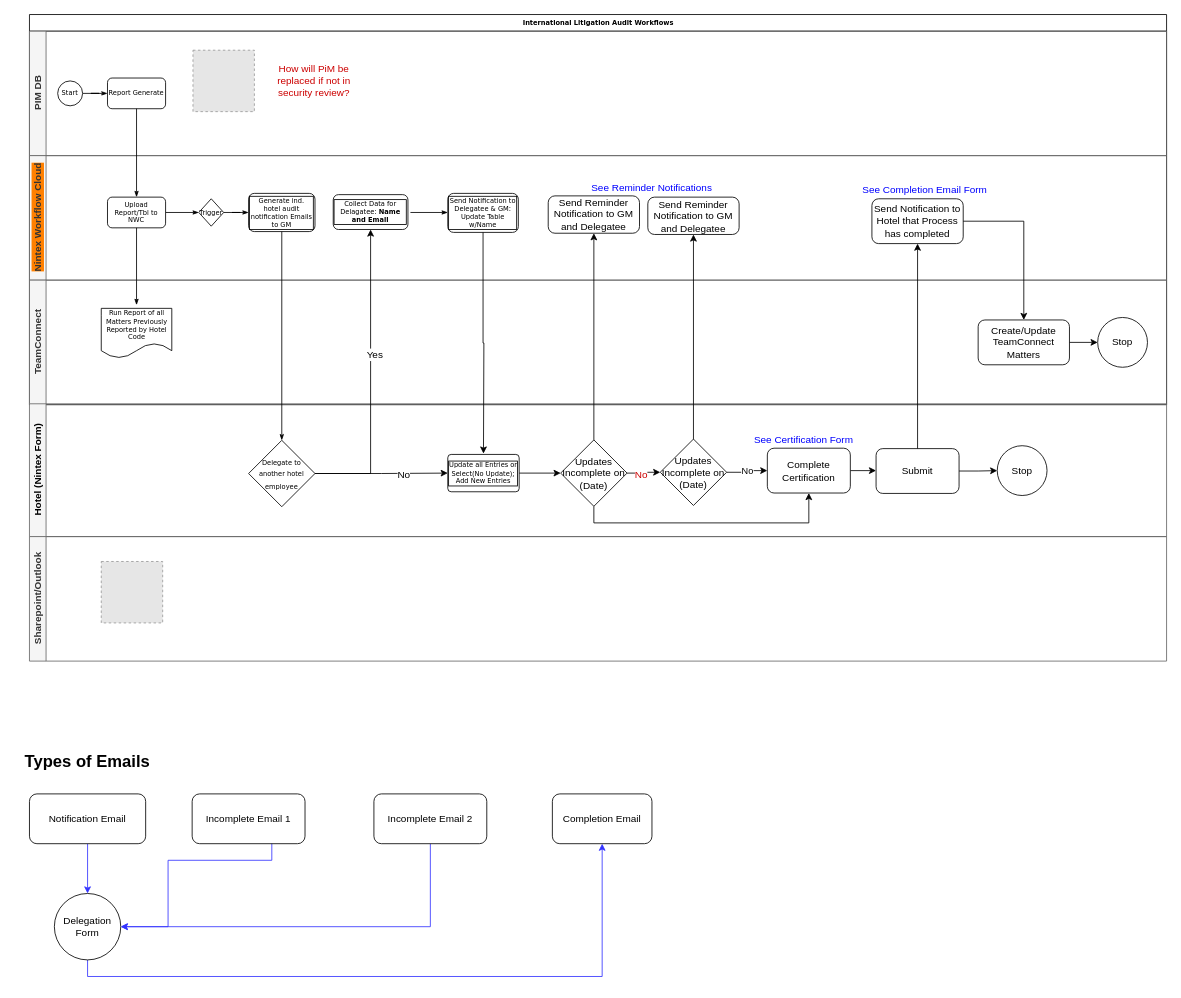
The draw.io diagram page "Data Flow" (1 of 4) of Nintex Workflow Cloud.drawio in ednat14/edna, before the edit. Source tidied: cells renumbered, new cells numbered last; positions are measured from the earlier drawing's top-left corner, leaving out a move shared by most shapes. Both pictures are drawn from the tidied source at 83%, with x=0, y=0 at pixel (22, 14). Pictures stored in the file or linked from it are replaced by grey dashed boxes.
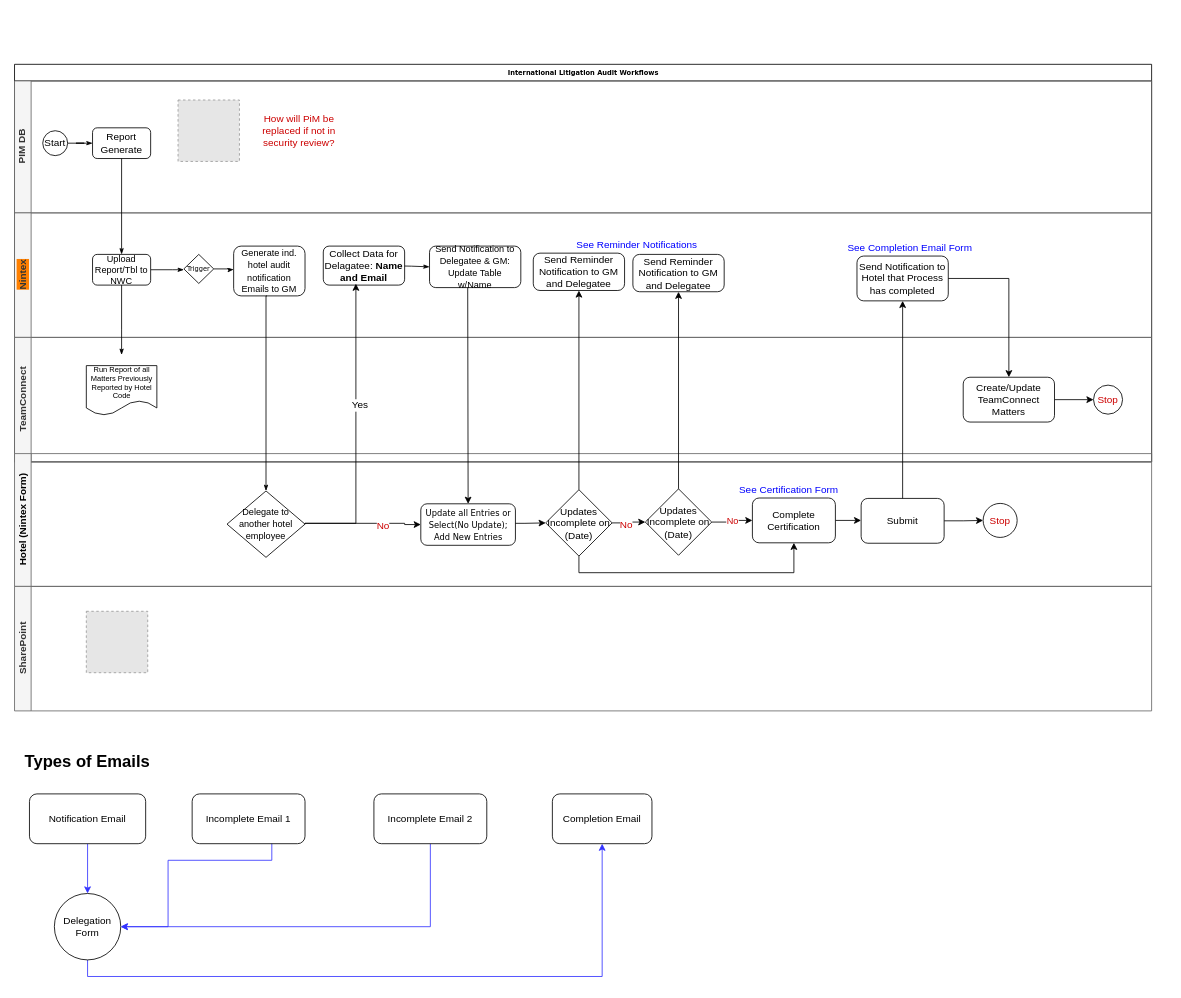
The same diagram, later.

The change refers to these unchanged cells:
```xml
<mxCell id="37" value="Updates Incomplete on (Date)" style="rhombus;whiteSpace=wrap;html=1;fontColor=#000000;" parent="31" vertex="1">
  <mxGeometry x="640" y="43.5" width="80" height="80" as="geometry" />
</mxCell>
<mxCell id="39" value="Updates Incomplete on (Date)" style="rhombus;whiteSpace=wrap;html=1;fontColor=#000000;" parent="31" vertex="1">
  <mxGeometry x="760" y="42.5" width="80" height="80" as="geometry" />
</mxCell>
<mxCell id="41" value="Complete Certification" style="rounded=1;whiteSpace=wrap;html=1;labelBackgroundColor=none;fontColor=#000000;" parent="31" vertex="1">
  <mxGeometry x="889" y="53.5" width="100" height="54" as="geometry" />
</mxCell>
<mxCell id="44" value="Submit" style="rounded=1;whiteSpace=wrap;html=1;labelBackgroundColor=none;fontColor=#000000;" parent="31" vertex="1">
  <mxGeometry x="1020" y="54" width="100" height="54" as="geometry" />
</mxCell>
```

Diff of the diagram source:
```diff
@@
     <mxCell id="2" value="International Litigation Audit Workflows" style="swimlane;html=1;horizontal=1;startSize=20;rounded=0;shadow=0;labelBackgroundColor=none;strokeColor=#000000;strokeWidth=1;fillColor=#ffffff;fontFamily=Verdana;fontSize=8;fontColor=#000000;align=center;" parent="1" vertex="1">
-      <mxGeometry x="8" width="1370" height="470" as="geometry" />
+      <mxGeometry x="-10" y="60" width="1370" height="479" as="geometry" />
     </mxCell>
     <mxCell id="3" value="PIM DB" style="swimlane;html=1;startSize=20;horizontal=0;fillColor=#f5f5f5;strokeColor=#666666;fontColor=#333333;" parent="2" vertex="1">
-      <mxGeometry y="20" width="1370" height="150" as="geometry" />
+      <mxGeometry y="20" width="1370" height="159" as="geometry" />
     </mxCell>
@@
-    <mxCell id="5" value="Start" style="ellipse;whiteSpace=wrap;html=1;rounded=0;shadow=0;labelBackgroundColor=none;strokeColor=#000000;strokeWidth=1;fillColor=#ffffff;fontFamily=Verdana;fontSize=8;fontColor=#000000;align=center;" parent="3" vertex="1">
+    <mxCell id="5" value="&lt;font face=&quot;Helvetica&quot; style=&quot;font-size: 12px&quot;&gt;Start&lt;/font&gt;" style="ellipse;whiteSpace=wrap;html=1;rounded=0;shadow=0;labelBackgroundColor=none;strokeColor=#000000;strokeWidth=1;fillColor=#ffffff;fontFamily=Verdana;fontSize=8;fontColor=#000000;align=center;" parent="3" vertex="1">
       <mxGeometry x="34" y="60" width="30" height="30" as="geometry" />
     </mxCell>
-    <mxCell id="6" value="Report Generate" style="rounded=1;whiteSpace=wrap;html=1;shadow=0;labelBackgroundColor=none;strokeColor=#000000;strokeWidth=1;fillColor=#ffffff;fontFamily=Verdana;fontSize=8;fontColor=#000000;align=center;" parent="3" vertex="1">
+    <mxCell id="6" value="&lt;font face=&quot;Helvetica&quot; style=&quot;font-size: 12px&quot;&gt;Report Generate&lt;/font&gt;" style="rounded=1;whiteSpace=wrap;html=1;shadow=0;labelBackgroundColor=none;strokeColor=#000000;strokeWidth=1;fillColor=#ffffff;fontFamily=Verdana;fontSize=8;fontColor=#000000;align=center;" parent="3" vertex="1">
       <mxGeometry x="94" y="56.5" width="70" height="37" as="geometry" />
     </mxCell>
@@
-    <mxCell id="9" value="Nintex Workflow Cloud" style="swimlane;html=1;startSize=20;horizontal=0;fillColor=#f5f5f5;strokeColor=#666666;fontColor=#333333;labelBackgroundColor=#FF8000;" parent="2" vertex="1">
-      <mxGeometry y="170" width="1370" height="150" as="geometry" />
+    <mxCell id="9" value="Nintex" style="swimlane;html=1;startSize=20;horizontal=0;fillColor=#f5f5f5;strokeColor=#666666;fontColor=#333333;labelBackgroundColor=#FF8000;" parent="2" vertex="1">
+      <mxGeometry y="179" width="1370" height="150" as="geometry" />
     </mxCell>
     <mxCell id="10" style="edgeStyle=orthogonalEdgeStyle;rounded=0;html=1;labelBackgroundColor=none;startArrow=none;startFill=0;startSize=5;endArrow=classicThin;endFill=1;endSize=5;jettySize=auto;strokeColor=#000000;strokeWidth=1;fontFamily=Verdana;fontSize=8;fontColor=#000000;" parent="9" edge="1" source="11" target="12">
-      <mxGeometry relative="1" as="geometry" />
+      <mxGeometry relative="1" as="geometry">
+        <Array as="points">
+          <mxPoint x="190" y="68" />
+          <mxPoint x="190" y="68" />
+        </Array>
+      </mxGeometry>
     </mxCell>
-    <mxCell id="11" value="Upload Report/Tbl to NWC" style="rounded=1;whiteSpace=wrap;html=1;shadow=0;labelBackgroundColor=none;strokeColor=#000000;strokeWidth=1;fillColor=#ffffff;fontFamily=Verdana;fontSize=8;fontColor=#000000;align=center;" parent="9" vertex="1">
+    <mxCell id="11" value="&lt;font face=&quot;Helvetica&quot; style=&quot;font-size: 11px&quot;&gt;Upload Report/Tbl to NWC&lt;/font&gt;" style="rounded=1;whiteSpace=wrap;html=1;shadow=0;labelBackgroundColor=none;strokeColor=#000000;strokeWidth=1;fillColor=#ffffff;fontFamily=Verdana;fontSize=8;fontColor=#000000;align=center;" parent="9" vertex="1">
       <mxGeometry x="94" y="50" width="70" height="37" as="geometry" />
     </mxCell>
     <mxCell id="12" value="Trigger" style="strokeWidth=1;html=1;shape=mxgraph.flowchart.decision;whiteSpace=wrap;rounded=1;shadow=0;labelBackgroundColor=none;fillColor=#ffffff;fontFamily=Verdana;fontSize=8;fontColor=#000000;align=center;" parent="9" vertex="1">
-      <mxGeometry x="204" y="52" width="30" height="33" as="geometry" />
+      <mxGeometry x="204" y="50" width="36" height="35" as="geometry" />
     </mxCell>
-    <mxCell id="13" value="Generate ind. hotel audit notification Emails to GM" style="rounded=1;whiteSpace=wrap;html=1;shadow=0;labelBackgroundColor=none;strokeColor=#000000;strokeWidth=1;fillColor=#ffffff;fontFamily=Verdana;fontSize=8;fontColor=#000000;align=center;labelBorderColor=#000000;" parent="9" vertex="1">
-      <mxGeometry x="264" y="45.5" width="80" height="46" as="geometry" />
-    </mxCell>
-    <mxCell id="14" style="edgeStyle=orthogonalEdgeStyle;rounded=0;html=1;labelBackgroundColor=none;startArrow=none;startFill=0;startSize=5;endArrow=classicThin;endFill=1;endSize=5;jettySize=auto;strokeColor=#000000;strokeWidth=1;fontFamily=Verdana;fontSize=8;fontColor=#000000;" parent="9" edge="1" source="12" target="13">
-      <mxGeometry x="-0.94" y="-15" relative="1" as="geometry" />
+    <mxCell id="14" style="edgeStyle=orthogonalEdgeStyle;rounded=0;html=1;labelBackgroundColor=none;startArrow=none;startFill=0;startSize=5;endArrow=classicThin;endFill=1;endSize=5;jettySize=auto;strokeColor=#000000;strokeWidth=1;fontFamily=Verdana;fontSize=8;fontColor=#000000;" parent="9" edge="1" source="12">
+      <mxGeometry x="-0.94" y="-15" relative="1" as="geometry">
+        <mxPoint x="264" y="68.1" as="targetPoint" />
+      </mxGeometry>
     </mxCell>
-    <mxCell id="15" value="Collect Data for Delagatee: &lt;b&gt;Name and Email&lt;/b&gt;" style="rounded=1;whiteSpace=wrap;html=1;shadow=0;labelBackgroundColor=none;strokeColor=#000000;strokeWidth=1;fillColor=#ffffff;fontFamily=Verdana;fontSize=8;fontColor=#000000;align=center;labelBorderColor=#000000;" parent="9" vertex="1">
-      <mxGeometry x="366" y="47" width="90" height="42" as="geometry" />
-    </mxCell>
-    <mxCell id="16" style="edgeStyle=orthogonalEdgeStyle;rounded=0;html=1;labelBackgroundColor=#999999;startArrow=none;startFill=0;startSize=5;endArrow=classicThin;endFill=1;endSize=5;jettySize=auto;strokeColor=#000000;strokeWidth=1;fontFamily=Verdana;fontSize=8;fontColor=#000000;labelBorderColor=#000000;" parent="9" edge="1" target="17">
+    <mxCell id="16" style="edgeStyle=orthogonalEdgeStyle;rounded=0;html=1;labelBackgroundColor=#999999;startArrow=none;startFill=0;startSize=5;endArrow=classicThin;endFill=1;endSize=5;jettySize=auto;strokeColor=#000000;strokeWidth=1;fontFamily=Verdana;fontSize=8;fontColor=#000000;labelBorderColor=#000000;entryX=0;entryY=0.5;entryDx=0;entryDy=0;" parent="9" edge="1" target="17">
       <mxGeometry relative="1" as="geometry">
-        <mxPoint x="459" y="68.5" as="sourcePoint" />
+        <mxPoint x="456" y="63.7" as="sourcePoint" />
       </mxGeometry>
     </mxCell>
-    <mxCell id="17" value="Send Notification to Delegatee &amp;amp; GM: Update Table w/Name" style="rounded=1;whiteSpace=wrap;html=1;shadow=0;labelBackgroundColor=none;strokeColor=#000000;strokeWidth=1;fillColor=#ffffff;fontFamily=Verdana;fontSize=8;fontColor=#000000;align=center;labelBorderColor=#000000;" parent="9" vertex="1">
-      <mxGeometry x="504" y="45.5" width="85" height="47" as="geometry" />
-    </mxCell>
@@
+    <mxCell id="17" value="&lt;span style=&quot;white-space: normal&quot;&gt;&lt;font style=&quot;font-size: 11px&quot;&gt;Send Notification to Delegatee &amp;amp; GM: Update Table w/Name&lt;/font&gt;&lt;/span&gt;" style="rounded=1;whiteSpace=wrap;html=1;" parent="9" vertex="1">
+      <mxGeometry x="500" y="40" width="110" height="50" as="geometry" />
+    </mxCell>
+    <mxCell id="15" value="&lt;font style=&quot;font-size: 12px&quot;&gt;&lt;span style=&quot;white-space: normal&quot;&gt;Collect Data for Delagatee:&amp;nbsp;&lt;/span&gt;&lt;b style=&quot;white-space: normal&quot;&gt;Name and Email&lt;/b&gt;&lt;/font&gt;" style="rounded=1;whiteSpace=wrap;html=1;" parent="9" vertex="1">
+      <mxGeometry x="372" y="40" width="98" height="47" as="geometry" />
+    </mxCell>
+    <mxCell id="13" value="&lt;span style=&quot;white-space: normal&quot;&gt;&lt;font style=&quot;font-size: 11px&quot;&gt;Generate ind. hotel audit notification Emails to GM&lt;/font&gt;&lt;/span&gt;" style="rounded=1;whiteSpace=wrap;html=1;" parent="9" vertex="1">
+      <mxGeometry x="264" y="40" width="86" height="60" as="geometry" />
+    </mxCell>
     <mxCell id="23" value="TeamConnect" style="swimlane;html=1;startSize=20;horizontal=0;fillColor=#f5f5f5;strokeColor=#666666;fontColor=#333333;" parent="2" vertex="1">
-      <mxGeometry y="320" width="1370" height="150" as="geometry" />
+      <mxGeometry y="329" width="1370" height="150" as="geometry" />
     </mxCell>
-    <mxCell id="24" value="&lt;span style=&quot;font-family: &amp;#34;verdana&amp;#34; ; white-space: normal&quot;&gt;&lt;font style=&quot;font-size: 8px&quot;&gt;Run Report of all Matters Previously Reported by Hotel Code&lt;/font&gt;&lt;/span&gt;" style="shape=document;whiteSpace=wrap;html=1;boundedLbl=1;fontSize=7;" parent="23" vertex="1">
+    <mxCell id="24" value="&lt;span style=&quot;white-space: normal&quot;&gt;&lt;font style=&quot;font-size: 9px&quot;&gt;Run Report of all Matters Previously Reported by Hotel Code&lt;/font&gt;&lt;/span&gt;" style="shape=document;whiteSpace=wrap;html=1;boundedLbl=1;fontSize=7;" parent="23" vertex="1">
       <mxGeometry x="86.5" y="34" width="85" height="60" as="geometry" />
     </mxCell>
@@
-    <mxCell id="27" value="Stop" style="ellipse;whiteSpace=wrap;html=1;labelBackgroundColor=none;fontColor=#000000;" parent="23" vertex="1">
-      <mxGeometry x="1287" y="45" width="60" height="60" as="geometry" />
+    <mxCell id="27" value="&lt;font color=&quot;#cc0000&quot;&gt;Stop&lt;/font&gt;" style="ellipse;whiteSpace=wrap;html=1;labelBackgroundColor=none;fontColor=#000000;" parent="23" vertex="1">
+      <mxGeometry x="1300" y="57.5" width="35" height="35" as="geometry" />
     </mxCell>
@@
     <mxCell id="31" value="&lt;span&gt;&lt;font color=&quot;#000000&quot;&gt;Hotel (Nintex Form)&lt;/font&gt;&lt;br&gt;&lt;/span&gt;" style="swimlane;html=1;startSize=20;horizontal=0;fillColor=#f5f5f5;strokeColor=#666666;fontColor=#333333;" parent="1" vertex="1">
-      <mxGeometry x="8" y="469" width="1370" height="160" as="geometry" />
+      <mxGeometry x="-10" y="529" width="1370" height="160" as="geometry" />
     </mxCell>
-    <mxCell id="32" style="edgeStyle=orthogonalEdgeStyle;rounded=0;jettySize=auto;html=1;entryX=0;entryY=0.5;entryDx=0;entryDy=0;fontColor=#000000;" parent="31" edge="1" source="33" target="37">
-      <mxGeometry relative="1" as="geometry" />
+    <mxCell id="32" style="edgeStyle=orthogonalEdgeStyle;rounded=0;jettySize=auto;html=1;entryX=0;entryY=0.5;entryDx=0;entryDy=0;fontColor=#000000;" parent="31" edge="1" target="37">
+      <mxGeometry relative="1" as="geometry">
+        <mxPoint x="590" y="84" as="sourcePoint" />
+        <Array as="points">
+          <mxPoint x="615" y="84" />
+        </Array>
+      </mxGeometry>
     </mxCell>
-    <mxCell id="33" value="Update all Entries or Select(No Update); Add New Entries" style="rounded=1;whiteSpace=wrap;html=1;shadow=0;labelBackgroundColor=none;strokeColor=#000000;strokeWidth=1;fillColor=#ffffff;fontFamily=Verdana;fontSize=8;fontColor=#000000;align=center;arcSize=9;labelBorderColor=#000000;" parent="31" vertex="1">
-      <mxGeometry x="504" y="61" width="86" height="45" as="geometry" />
-    </mxCell>
@@
-    <mxCell id="38" value="No" style="edgeStyle=orthogonalEdgeStyle;rounded=0;jettySize=auto;html=1;exitX=1;exitY=0.5;exitDx=0;exitDy=0;entryX=0;entryY=0.5;entryDx=0;entryDy=0;fontColor=#000000;" parent="31" edge="1" source="39" target="41">
+    <mxCell id="38" value="&lt;font color=&quot;#cc0000&quot;&gt;No&lt;/font&gt;" style="edgeStyle=orthogonalEdgeStyle;rounded=0;jettySize=auto;html=1;exitX=1;exitY=0.5;exitDx=0;exitDy=0;entryX=0;entryY=0.5;entryDx=0;entryDy=0;fontColor=#000000;" parent="31" edge="1" source="39" target="41">
       <mxGeometry relative="1" as="geometry" />
     </mxCell>
@@
     <mxCell id="43" style="edgeStyle=orthogonalEdgeStyle;rounded=0;jettySize=auto;html=1;exitX=1;exitY=0.5;exitDx=0;exitDy=0;entryX=0;entryY=0.5;entryDx=0;entryDy=0;fontColor=#000000;" parent="31" edge="1" source="44" target="45">
-      <mxGeometry relative="1" as="geometry" />
+      <mxGeometry relative="1" as="geometry">
+        <Array as="points">
+          <mxPoint x="1143" y="81" />
+        </Array>
+      </mxGeometry>
     </mxCell>
@@
-    <mxCell id="45" value="Stop" style="ellipse;whiteSpace=wrap;html=1;labelBackgroundColor=none;fontColor=#000000;" parent="31" vertex="1">
-      <mxGeometry x="1166" y="50.5" width="60" height="60" as="geometry" />
+    <mxCell id="45" value="&lt;font color=&quot;#cc0000&quot;&gt;Stop&lt;/font&gt;" style="ellipse;whiteSpace=wrap;html=1;labelBackgroundColor=none;fontColor=#000000;" parent="31" vertex="1">
+      <mxGeometry x="1167" y="60" width="41" height="41" as="geometry" />
     </mxCell>
     <mxCell id="46" style="edgeStyle=orthogonalEdgeStyle;rounded=0;jettySize=auto;html=1;exitX=1;exitY=0.5;exitDx=0;exitDy=0;entryX=0;entryY=0.5;entryDx=0;entryDy=0;fontColor=#000000;" parent="31" edge="1" source="48" target="33">
-      <mxGeometry relative="1" as="geometry" />
+      <mxGeometry relative="1" as="geometry">
+        <Array as="points">
+          <mxPoint x="350" y="84" />
+          <mxPoint x="470" y="84" />
+          <mxPoint x="470" y="86" />
+        </Array>
+      </mxGeometry>
     </mxCell>
-    <mxCell id="47" value="No" style="text;html=1;align=center;verticalAlign=middle;labelBackgroundColor=#ffffff;fontColor=#000000;" parent="46" vertex="1">
+    <mxCell id="47" value="&lt;font color=&quot;#cc0000&quot;&gt;No&lt;/font&gt;" style="text;html=1;align=center;verticalAlign=middle;labelBackgroundColor=#ffffff;fontColor=#000000;" parent="46" vertex="1">
       <mxGeometry x="0.33" y="-2" relative="1" as="geometry" />
     </mxCell>
-    <mxCell id="48" value="&lt;span style=&quot;font-family: &amp;#34;verdana&amp;#34; ; font-size: 8px ; white-space: normal&quot;&gt;Delegate to another hotel employee&lt;/span&gt;" style="rhombus;whiteSpace=wrap;html=1;labelBackgroundColor=none;fontColor=#000000;" parent="31" vertex="1">
-      <mxGeometry x="264" y="44" width="80" height="80" as="geometry" />
+    <mxCell id="48" value="&lt;span style=&quot;white-space: normal&quot;&gt;&lt;font style=&quot;font-size: 11px&quot;&gt;Delegate to another hotel employee&lt;/font&gt;&lt;/span&gt;" style="rhombus;whiteSpace=wrap;html=1;labelBackgroundColor=none;fontColor=#000000;" parent="31" vertex="1">
+      <mxGeometry x="256" y="45" width="94" height="80" as="geometry" />
     </mxCell>
+    <mxCell id="33" value="&lt;span style=&quot;font-family: &amp;#34;verdana&amp;#34; ; white-space: normal&quot;&gt;&lt;font style=&quot;font-size: 10px&quot;&gt;Update all Entries or Select(No Update); Add New Entries&lt;/font&gt;&lt;/span&gt;" style="rounded=1;whiteSpace=wrap;html=1;" parent="31" vertex="1">
+      <mxGeometry x="489.5" y="60.5" width="114" height="50" as="geometry" />
+    </mxCell>
-    <mxCell id="49" style="edgeStyle=orthogonalEdgeStyle;rounded=0;jettySize=auto;html=1;exitX=0.5;exitY=1;exitDx=0;exitDy=0;labelBackgroundColor=#999999;labelBorderColor=#000000;fontColor=#000000;" parent="1" edge="1" source="17">
+    <mxCell id="49" style="edgeStyle=orthogonalEdgeStyle;rounded=0;jettySize=auto;html=1;labelBackgroundColor=#999999;labelBorderColor=#000000;fontColor=#000000;entryX=0.5;entryY=0;entryDx=0;entryDy=0;" parent="1" edge="1" target="33">
       <mxGeometry relative="1" as="geometry">
-        <mxPoint x="555" y="529" as="targetPoint" />
+        <mxPoint x="536" y="329" as="sourcePoint" />
       </mxGeometry>
     </mxCell>
-    <mxCell id="50" value="Sharepoint/Outlook" style="swimlane;html=1;startSize=20;horizontal=0;fillColor=#f5f5f5;strokeColor=#666666;fontColor=#333333;" parent="1" vertex="1">
-      <mxGeometry x="8" y="629" width="1370" height="150" as="geometry" />
+    <mxCell id="50" value="SharePoint" style="swimlane;html=1;startSize=20;horizontal=0;fillColor=#f5f5f5;strokeColor=#666666;fontColor=#333333;" parent="1" vertex="1">
+      <mxGeometry x="-10" y="689" width="1370" height="150" as="geometry" />
     </mxCell>
@@
-    <mxCell id="65" style="edgeStyle=orthogonalEdgeStyle;rounded=0;html=1;labelBackgroundColor=#999999;startArrow=none;startFill=0;startSize=5;endArrow=classicThin;endFill=1;endSize=5;jettySize=auto;strokeColor=#000000;strokeWidth=1;fontFamily=Verdana;fontSize=8;fontColor=#000000;labelBorderColor=#000000;entryX=0.5;entryY=0;entryDx=0;entryDy=0;" parent="1" edge="1" source="13" target="48">
-      <mxGeometry relative="1" as="geometry" />
+    <mxCell id="65" style="edgeStyle=orthogonalEdgeStyle;rounded=0;html=1;labelBackgroundColor=#999999;startArrow=none;startFill=0;startSize=5;endArrow=classicThin;endFill=1;endSize=5;jettySize=auto;strokeColor=#000000;strokeWidth=1;fontFamily=Verdana;fontSize=8;fontColor=#000000;labelBorderColor=#000000;entryX=0.5;entryY=0;entryDx=0;entryDy=0;" parent="1" edge="1" target="48">
+      <mxGeometry relative="1" as="geometry">
+        <mxPoint x="294" y="339" as="sourcePoint" />
+        <Array as="points">
+          <mxPoint x="293" y="339" />
+        </Array>
+      </mxGeometry>
     </mxCell>
-    <mxCell id="66" style="edgeStyle=orthogonalEdgeStyle;rounded=0;jettySize=auto;html=1;exitX=1;exitY=0.5;exitDx=0;exitDy=0;entryX=0.5;entryY=1;entryDx=0;entryDy=0;fontColor=#000000;" parent="1" edge="1" source="48" target="15">
-      <mxGeometry relative="1" as="geometry" />
+    <mxCell id="66" style="edgeStyle=orthogonalEdgeStyle;rounded=0;jettySize=auto;html=1;exitX=1;exitY=0.5;exitDx=0;exitDy=0;entryX=0.5;entryY=1;entryDx=0;entryDy=0;fontColor=#000000;" parent="1" edge="1" source="48">
+      <mxGeometry relative="1" as="geometry">
+        <mxPoint x="401.3" y="324.3" as="targetPoint" />
+        <Array as="points">
+          <mxPoint x="401" y="613" />
+        </Array>
+      </mxGeometry>
     </mxCell>
```
